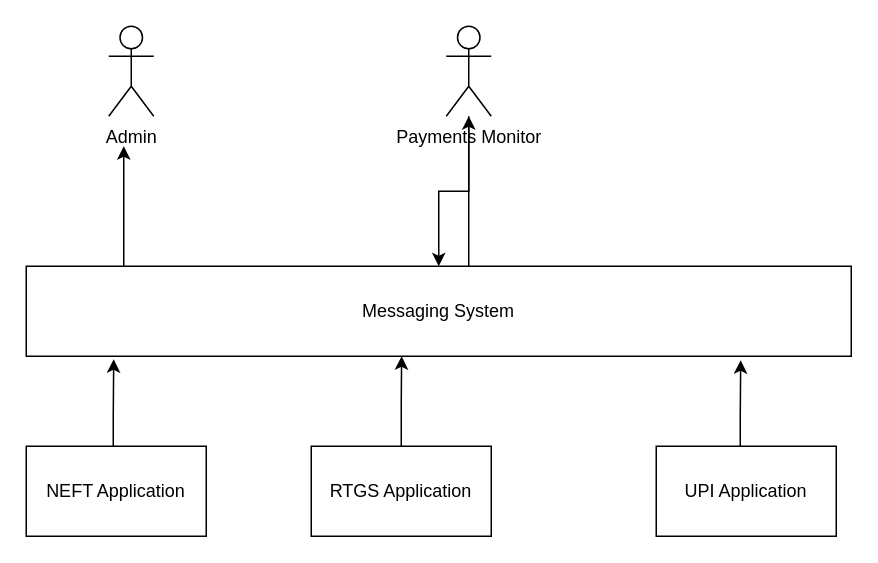
dinesh-i/payment-business-dashboard keeps this draw.io diagram as PaymentDashboard.drawio. Above is the earlier version. Source tidied: cells renumbered, new cells numbered last; positions are measured from the earlier drawing's top-left corner, leaving out a move shared by most shapes. Both pictures are drawn from the tidied source at 150%, with x=0, y=0 at pixel (26, 26).
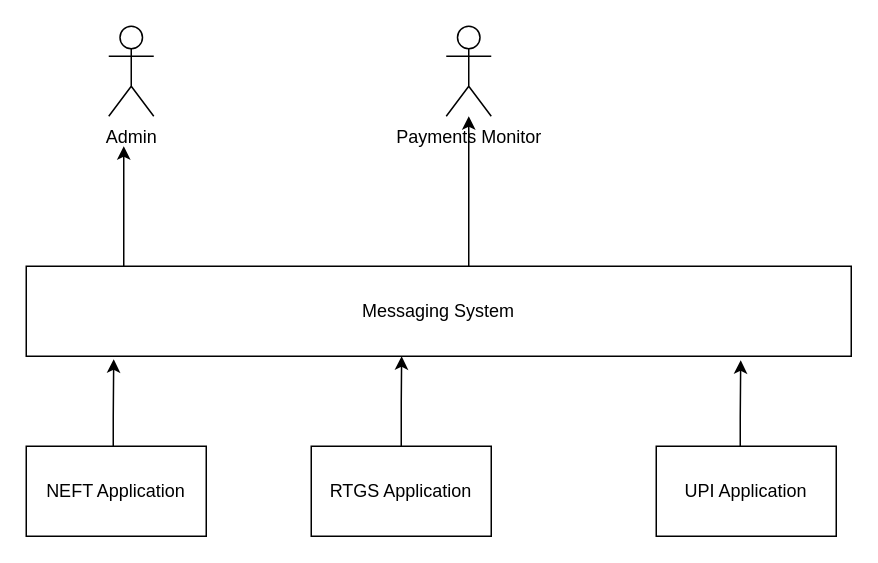
After the change.

Unchanged cells that the change refers to:
```xml
<mxCell id="10" value="Messaging System" style="rounded=0;whiteSpace=wrap;html=1;" parent="1" vertex="1">
  <mxGeometry y="160" width="550" height="60" as="geometry" />
</mxCell>
<mxCell id="13" value="Payments Monitor" style="shape=umlActor;verticalLabelPosition=bottom;verticalAlign=top;html=1;outlineConnect=0;" parent="1" vertex="1">
  <mxGeometry x="280" width="30" height="60" as="geometry" />
</mxCell>
```

What changed in the source:
```diff
@@
-    <mxCell id="12" style="edgeStyle=orthogonalEdgeStyle;rounded=0;jettySize=auto;html=1;" parent="1" edge="1" source="13" target="10">
-      <mxGeometry relative="1" as="geometry" />
-    </mxCell>
```
